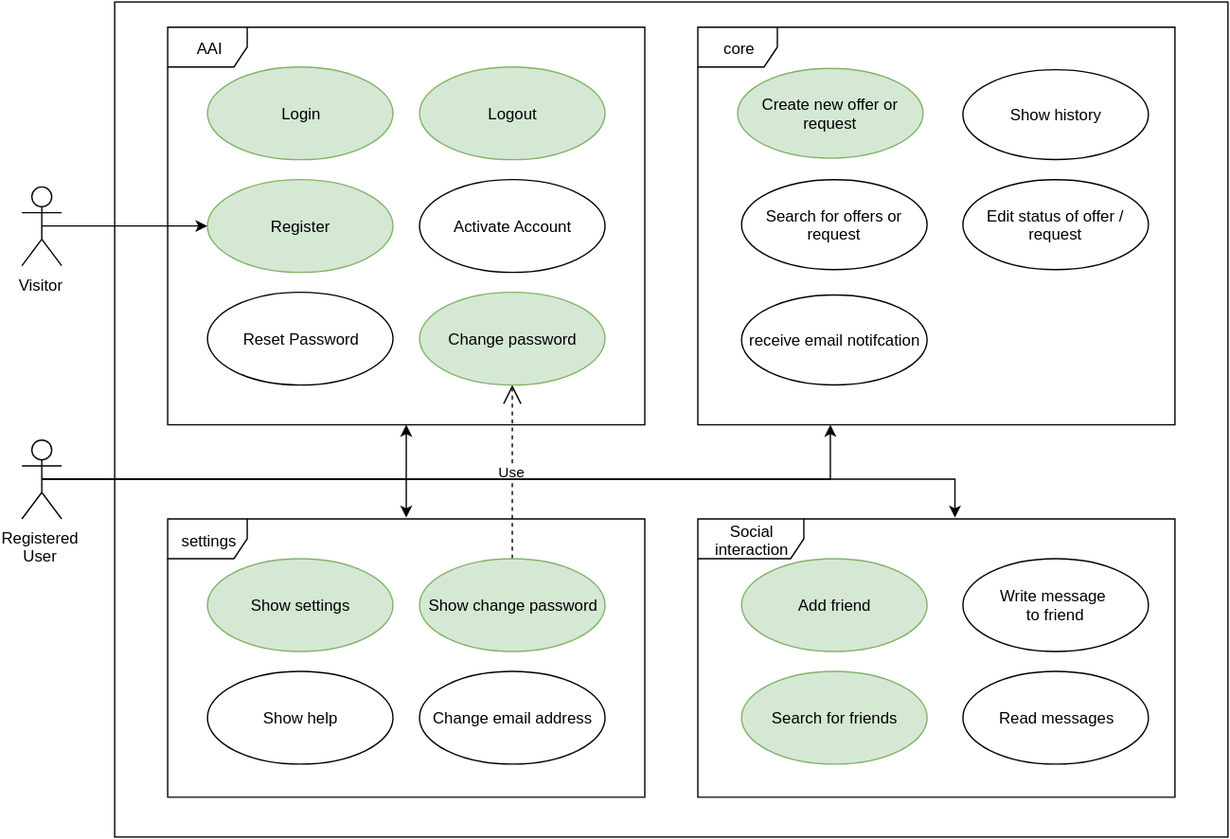
Before: doc/use cases/SRS.svg, a diagram exported from draw.io (WMerk/vnvDoc). Source tidied: cells renumbered, new cells last; positions are measured from the earlier drawing's top-left corner, leaving out a move shared by most shapes.
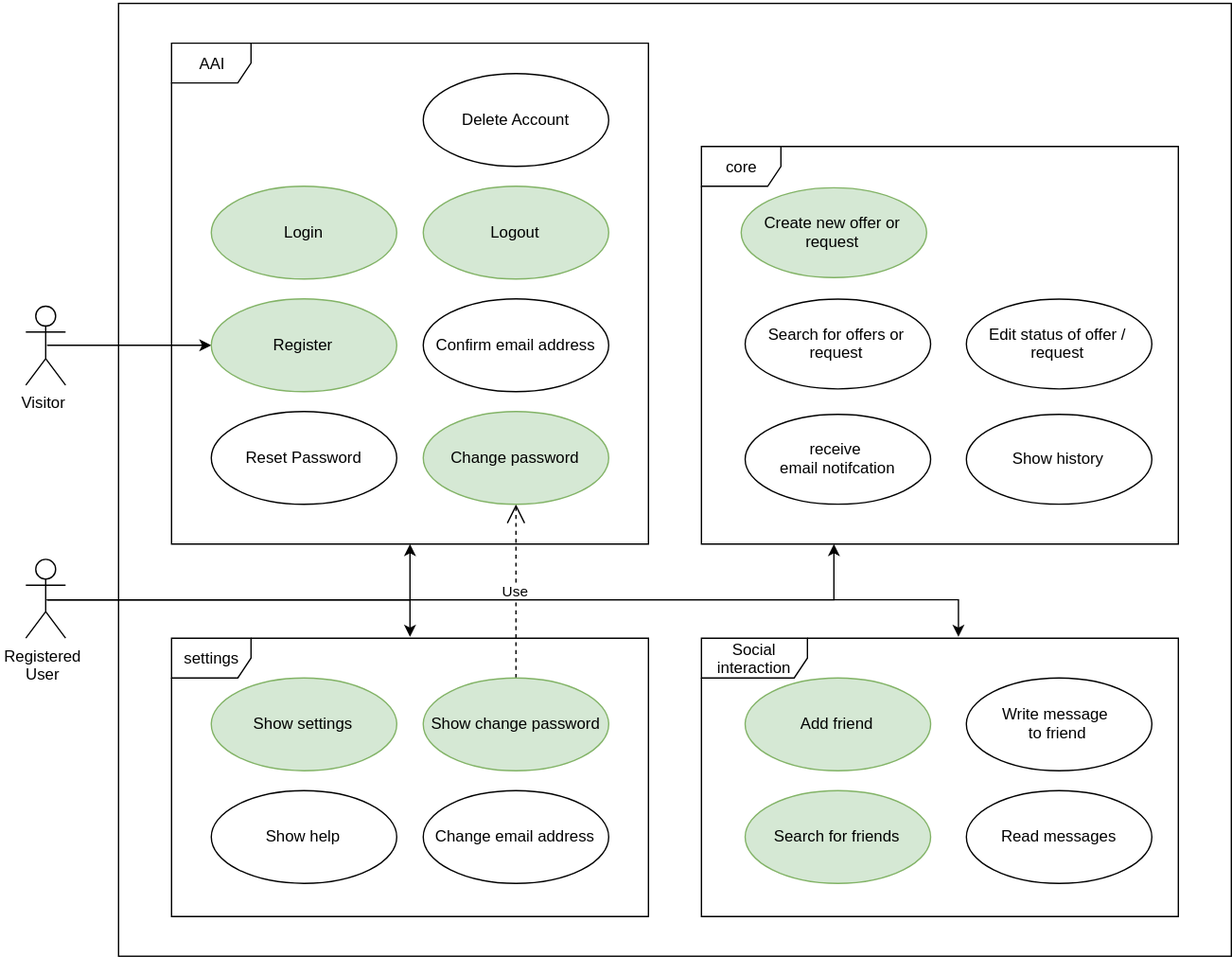
The same file after the commit.

The edit, as a diff of the source:
```diff
@@ -3,38 +3,17 @@
     <mxCell id="0" />
     <mxCell id="1" parent="0" />
     <mxCell id="2" style="html=1;" parent="1" vertex="1">
-      <mxGeometry x="70" width="840" height="630" as="geometry" />
+      <mxGeometry x="70" y="-89" width="840" height="719" as="geometry" />
     </mxCell>
+    <mxCell id="28" style="edgeStyle=orthogonalEdgeStyle;rounded=0;html=1;exitX=0.5;exitY=0.5;exitPerimeter=0;entryX=0.501;entryY=-0.007;entryPerimeter=0;jettySize=auto;" parent="1" edge="1" source="3" target="14">
+      <mxGeometry relative="1" as="geometry" />
+    </mxCell>
     <mxCell id="3" value="Registered&lt;div&gt;User&lt;/div&gt;" style="shape=umlActor;verticalLabelPosition=bottom;labelBackgroundColor=#ffffff;verticalAlign=top;html=1;" parent="1" vertex="1">
       <mxGeometry y="330" width="30" height="60" as="geometry" />
     </mxCell>
     <mxCell id="4" value="Use" style="endArrow=open;endSize=12;dashed=1;html=1;" parent="1" edge="1" source="17" target="6">
       <mxGeometry relative="1" as="geometry" />
     </mxCell>
-    <mxCell id="5" style="group;" parent="1" vertex="1">
-      <mxGeometry x="110" y="19" width="360" height="300" as="geometry" />
-    </mxCell>
-    <mxCell id="6" value="Change password" style="ellipse;whiteSpace=wrap;html=1;fillColor=#d5e8d4;strokeColor=#82b366;" parent="5" vertex="1">
-      <mxGeometry x="190" y="200" width="140" height="70" as="geometry" />
-    </mxCell>
-    <mxCell id="7" value="Reset Password" style="ellipse;whiteSpace=wrap;html=1;" parent="5" vertex="1">
-      <mxGeometry x="30" y="200" width="140" height="70" as="geometry" />
-    </mxCell>
-    <mxCell id="8" value="AAI" style="shape=umlFrame;whiteSpace=wrap;html=1;" parent="5" vertex="1">
-      <mxGeometry width="360" height="300" as="geometry" />
-    </mxCell>
-    <mxCell id="9" value="Login" style="ellipse;whiteSpace=wrap;html=1;fillColor=#d5e8d4;strokeColor=#82b366;" parent="5" vertex="1">
-      <mxGeometry x="30" y="30" width="140" height="70" as="geometry" />
-    </mxCell>
-    <mxCell id="10" value="Register" style="ellipse;whiteSpace=wrap;html=1;fillColor=#d5e8d4;strokeColor=#82b366;" parent="5" vertex="1">
-      <mxGeometry x="30" y="115" width="140" height="70" as="geometry" />
-    </mxCell>
-    <mxCell id="11" value="Activate Account" style="ellipse;whiteSpace=wrap;html=1;fillColor=#ffffff;strokeColor=#000000;" parent="5" vertex="1">
-      <mxGeometry x="190" y="115" width="140" height="70" as="geometry" />
-    </mxCell>
-    <mxCell id="12" value="Logout" style="ellipse;whiteSpace=wrap;html=1;fillColor=#d5e8d4;strokeColor=#82b366;" parent="5" vertex="1">
-      <mxGeometry x="190" y="30" width="140" height="70" as="geometry" />
-    </mxCell>
     <mxCell id="13" style="group;" parent="1" vertex="1">
       <mxGeometry x="110" y="390" width="360" height="210" as="geometry" />
     </mxCell>
@@ -92,39 +71,59 @@
         </Array>
       </mxGeometry>
     </mxCell>
-    <mxCell id="28" style="edgeStyle=orthogonalEdgeStyle;rounded=0;html=1;exitX=0.5;exitY=0.5;exitPerimeter=0;entryX=0.499;entryY=-0.004;entryPerimeter=0;jettySize=auto;" parent="1" edge="1" source="3" target="14">
-      <mxGeometry relative="1" as="geometry">
-        <Array as="points">
-          <mxPoint x="290" y="360" />
-        </Array>
-      </mxGeometry>
-    </mxCell>
     <mxCell id="29" value="Visitor" style="shape=umlActor;verticalLabelPosition=bottom;labelBackgroundColor=#ffffff;verticalAlign=top;html=1;" parent="1" vertex="1">
       <mxGeometry y="139" width="30" height="60" as="geometry" />
     </mxCell>
     <mxCell id="30" style="edgeStyle=orthogonalEdgeStyle;rounded=0;html=1;exitX=0.5;exitY=0.5;exitPerimeter=0;jettySize=auto;" parent="1" edge="1" source="29" target="10">
       <mxGeometry relative="1" as="geometry" />
     </mxCell>
-    <mxCell id="31" style="group;" parent="1" vertex="1">
-      <mxGeometry x="510" y="19" width="360" height="300" as="geometry" />
-    </mxCell>
+    <mxCell id="38" style="group;" parent="1" vertex="1">
+      <mxGeometry x="110" y="-59" width="360" height="378" as="geometry" />
+    </mxCell>
+    <mxCell id="6" value="Change password" style="ellipse;whiteSpace=wrap;html=1;fillColor=#d5e8d4;strokeColor=#82b366;" parent="38" vertex="1">
+      <mxGeometry x="190" y="278" width="140" height="70" as="geometry" />
+    </mxCell>
+    <mxCell id="7" value="Reset Password" style="ellipse;whiteSpace=wrap;html=1;" parent="38" vertex="1">
+      <mxGeometry x="30" y="278" width="140" height="70" as="geometry" />
+    </mxCell>
+    <mxCell id="8" value="AAI" style="shape=umlFrame;whiteSpace=wrap;html=1;" parent="38" vertex="1">
+      <mxGeometry width="360" height="378" as="geometry" />
+    </mxCell>
+    <mxCell id="9" value="Login" style="ellipse;whiteSpace=wrap;html=1;fillColor=#d5e8d4;strokeColor=#82b366;" parent="38" vertex="1">
+      <mxGeometry x="30" y="108" width="140" height="70" as="geometry" />
+    </mxCell>
+    <mxCell id="10" value="Register" style="ellipse;whiteSpace=wrap;html=1;fillColor=#d5e8d4;strokeColor=#82b366;" parent="38" vertex="1">
+      <mxGeometry x="30" y="193" width="140" height="70" as="geometry" />
+    </mxCell>
+    <mxCell id="11" value="Confirm email address" style="ellipse;whiteSpace=wrap;html=1;fillColor=#ffffff;strokeColor=#000000;" parent="38" vertex="1">
+      <mxGeometry x="190" y="193" width="140" height="70" as="geometry" />
+    </mxCell>
+    <mxCell id="12" value="Logout" style="ellipse;whiteSpace=wrap;html=1;fillColor=#d5e8d4;strokeColor=#82b366;" parent="38" vertex="1">
+      <mxGeometry x="190" y="108" width="140" height="70" as="geometry" />
+    </mxCell>
+    <mxCell id="39" value="Delete Account" style="ellipse;whiteSpace=wrap;html=1;fillColor=#ffffff;strokeColor=#000000;" parent="38" vertex="1">
+      <mxGeometry x="190" y="23" width="140" height="70" as="geometry" />
+    </mxCell>
+    <mxCell id="40" style="group;" parent="1" vertex="1">
+      <mxGeometry x="510" y="19" width="360" height="300" as="geometry" />
+    </mxCell>
-    <mxCell id="32" value="Edit status of offer / request" style="ellipse;whiteSpace=wrap;html=1;" parent="31" vertex="1">
+    <mxCell id="32" value="Edit status of offer / request" style="ellipse;whiteSpace=wrap;html=1;" parent="40" vertex="1">
       <mxGeometry x="200" y="115" width="140" height="67.8" as="geometry" />
     </mxCell>
-    <mxCell id="33" value="core" style="shape=umlFrame;whiteSpace=wrap;html=1;" parent="31" vertex="1">
+    <mxCell id="33" value="core" style="shape=umlFrame;whiteSpace=wrap;html=1;" parent="40" vertex="1">
       <mxGeometry width="360" height="300" as="geometry" />
     </mxCell>
-    <mxCell id="34" value="Create new offer or request" style="ellipse;whiteSpace=wrap;html=1;fillColor=#d5e8d4;strokeColor=#82b366;" parent="31" vertex="1">
+    <mxCell id="34" value="Create new offer or request" style="ellipse;whiteSpace=wrap;html=1;fillColor=#d5e8d4;strokeColor=#82b366;" parent="40" vertex="1">
       <mxGeometry x="30" y="30.8" width="140" height="67.8" as="geometry" />
     </mxCell>
-    <mxCell id="35" value="Search for offers or request" style="ellipse;whiteSpace=wrap;html=1;" parent="31" vertex="1">
+    <mxCell id="35" value="Search for offers or request" style="ellipse;whiteSpace=wrap;html=1;" parent="40" vertex="1">
       <mxGeometry x="33" y="115" width="140" height="67.8" as="geometry" />
     </mxCell>
-    <mxCell id="36" value="receive email notifcation" style="ellipse;whiteSpace=wrap;html=1;" parent="31" vertex="1">
+    <mxCell id="36" value="receive&amp;nbsp;&lt;div&gt;email notifcation&lt;/div&gt;" style="ellipse;whiteSpace=wrap;html=1;" parent="40" vertex="1">
       <mxGeometry x="33" y="202.2" width="140" height="67.8" as="geometry" />
     </mxCell>
-    <mxCell id="37" value="Show history" style="ellipse;whiteSpace=wrap;html=1;" parent="31" vertex="1">
-      <mxGeometry x="200" y="32" width="140" height="67.8" as="geometry" />
+    <mxCell id="37" value="Show history" style="ellipse;whiteSpace=wrap;html=1;" parent="40" vertex="1">
+      <mxGeometry x="200" y="202" width="140" height="67.8" as="geometry" />
     </mxCell>
   </root>
 </mxGraphModel>
```
